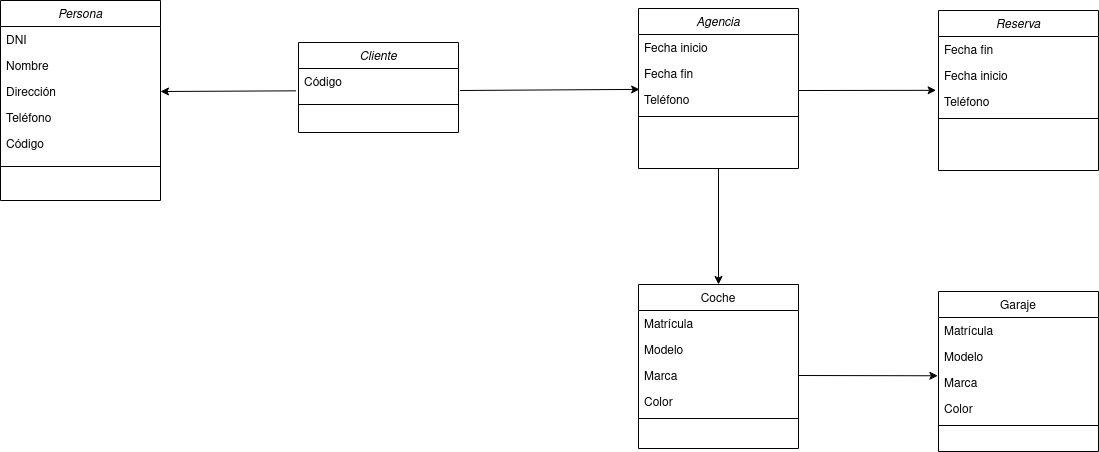
The draw.io diagram Tareas/AlquierCoches.drawio.png in colidom/ets, before a commit. Source tidied: cells renumbered, new cells last; positions are measured from the earlier drawing's top-left corner, leaving out a move shared by most shapes.
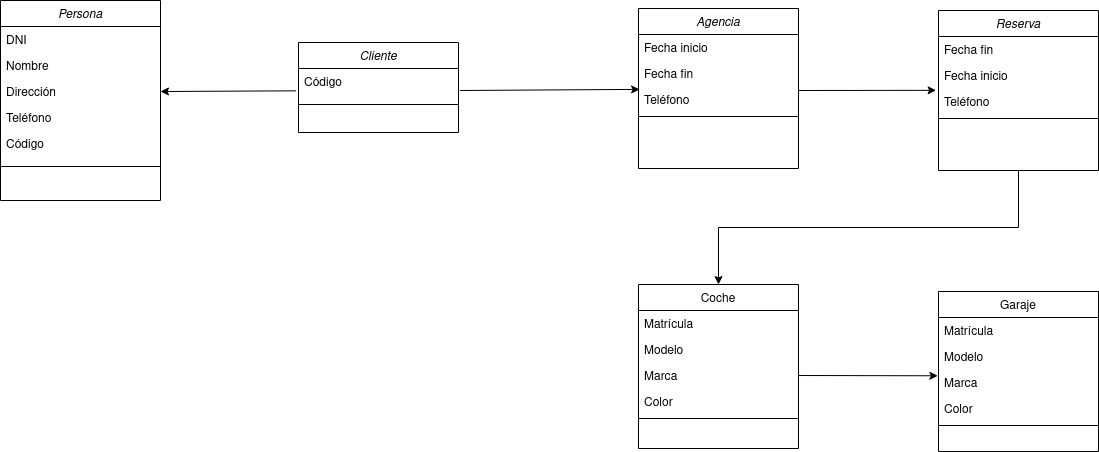
The same file after the commit.

Change to the diagram source:
```diff
@@ -41,7 +41,7 @@
     <mxCell id="14" style="line;html=1;strokeWidth=1;align=left;verticalAlign=middle;spacingTop=-1;spacingLeft=3;spacingRight=3;labelPosition=right;" parent="9" vertex="1">
       <mxGeometry y="130" width="160" height="8" as="geometry" />
     </mxCell>
-    <mxCell id="15" style="edgeStyle=orthogonalEdgeStyle;rounded=0;jettySize=auto;html=1;entryX=0.5;entryY=0;entryDx=0;entryDy=0;" parent="1" edge="1" source="16" target="9">
+    <mxCell id="15" style="edgeStyle=orthogonalEdgeStyle;rounded=0;jettySize=auto;html=1;entryX=0.5;entryY=0;entryDx=0;entryDy=0;exitX=0.5;exitY=1;exitDx=0;exitDy=0;" parent="1" edge="1" source="27" target="9">
       <mxGeometry relative="1" as="geometry" />
     </mxCell>
     <mxCell id="16" value="Agencia" style="swimlane;fontStyle=2;align=center;verticalAlign=top;horizontal=1;startSize=26;rounded=0;shadow=0;strokeWidth=1;" parent="1" vertex="1">
```
